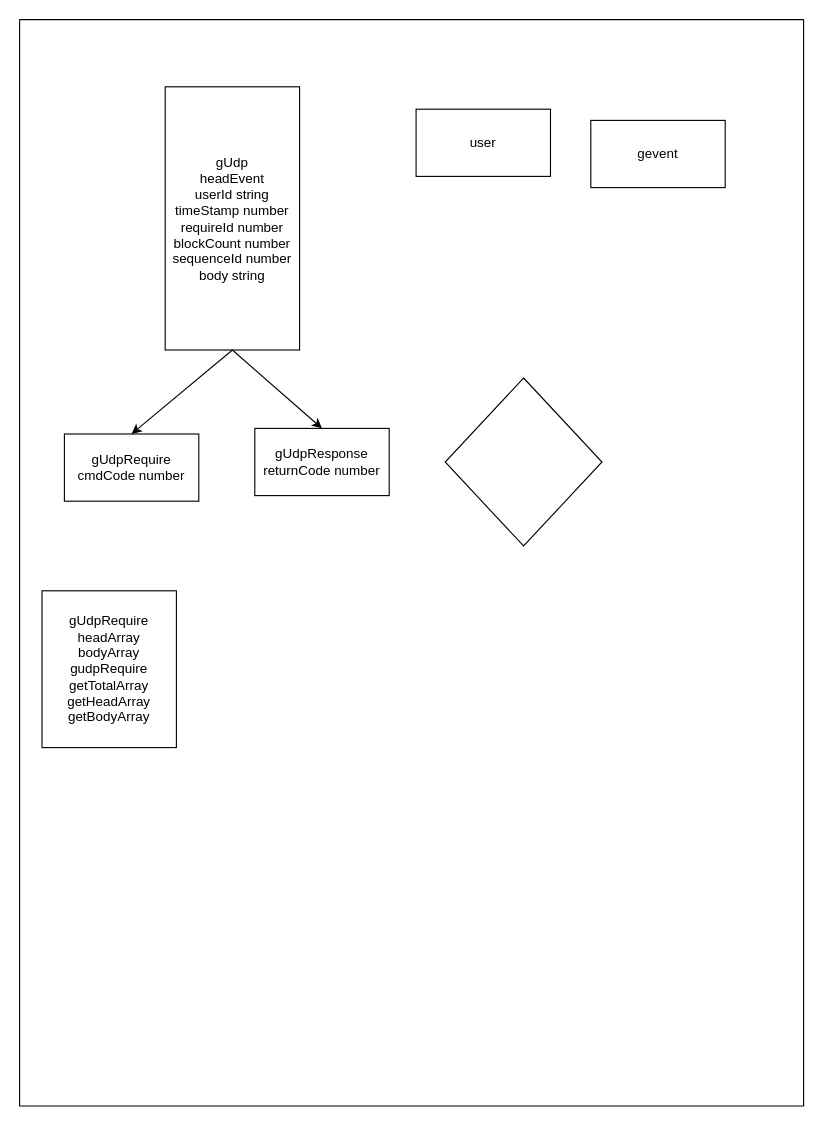
605682883/flowPhoto keeps this draw.io diagram as Untitled Diagram.drawio. Above is the earlier version. Source tidied: cells renumbered, new cells numbered last; positions are measured from the earlier drawing's top-left corner, leaving out a move shared by most shapes. Both pictures are drawn from the tidied source at 112%, with x=0, y=0 at pixel (19, 19).
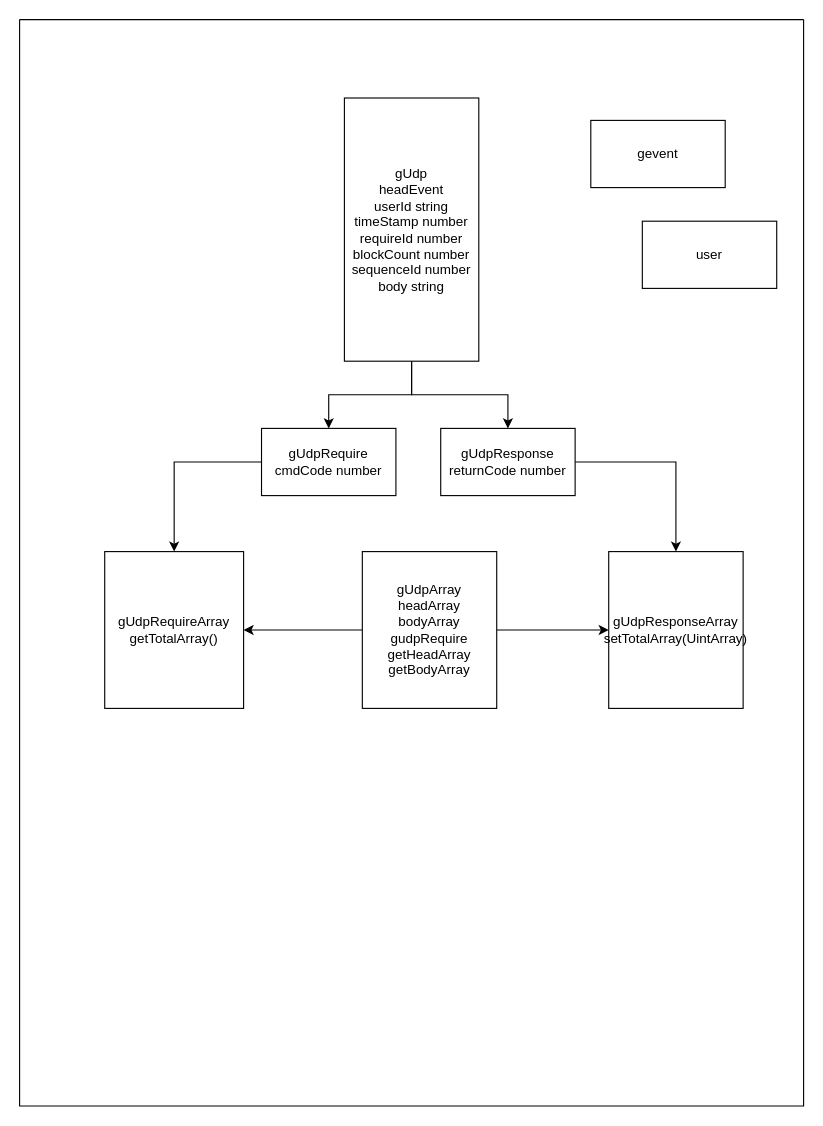
After the change.

Diff of the diagram source:
```diff
@@
 <mxGraphModel>
   <root>
     <mxCell id="0" />
     <mxCell id="1" parent="0" />
     <mxCell id="2" style="swimlane;startSize=0;" parent="1" vertex="1">
       <mxGeometry width="700" height="970" as="geometry" />
     </mxCell>
     <mxCell id="3" value="user" style="rounded=0;whiteSpace=wrap;html=1;" parent="2" vertex="1">
-      <mxGeometry x="354" y="80" width="120" height="60" as="geometry" />
+      <mxGeometry x="556" y="180" width="120" height="60" as="geometry" />
     </mxCell>
+    <mxCell id="12" style="edgeStyle=orthogonalEdgeStyle;rounded=0;jettySize=auto;html=1;" parent="2" edge="1" source="4" target="16">
+      <mxGeometry relative="1" as="geometry" />
+    </mxCell>
+    <mxCell id="13" style="edgeStyle=orthogonalEdgeStyle;rounded=0;jettySize=auto;html=1;" parent="2" edge="1" source="4" target="17">
+      <mxGeometry relative="1" as="geometry" />
+    </mxCell>
-    <mxCell id="4" value="gUdpRequire&lt;br&gt;headArray&lt;br&gt;bodyArray&lt;br&gt;gudpRequire&lt;br&gt;getTotalArray&lt;br&gt;getHeadArray&lt;br&gt;getBodyArray" style="rounded=0;whiteSpace=wrap;html=1;" parent="2" vertex="1">
-      <mxGeometry x="20" y="510" width="120" height="140" as="geometry" />
+    <mxCell id="4" value="gUdpArray&lt;br&gt;headArray&lt;br&gt;bodyArray&lt;br&gt;gudpRequire&lt;br&gt;getHeadArray&lt;br&gt;getBodyArray" style="rounded=0;whiteSpace=wrap;html=1;" parent="2" vertex="1">
+      <mxGeometry x="306" y="475" width="120" height="140" as="geometry" />
     </mxCell>
     <mxCell id="5" value="gevent" style="rounded=0;whiteSpace=wrap;html=1;" parent="2" vertex="1">
       <mxGeometry x="510" y="90" width="120" height="60" as="geometry" />
     </mxCell>
+    <mxCell id="9" style="edgeStyle=orthogonalEdgeStyle;rounded=0;jettySize=auto;html=1;" parent="2" edge="1" source="6" target="8">
+      <mxGeometry relative="1" as="geometry" />
+    </mxCell>
+    <mxCell id="11" style="edgeStyle=orthogonalEdgeStyle;rounded=0;jettySize=auto;html=1;" parent="2" edge="1" source="6" target="10">
+      <mxGeometry relative="1" as="geometry" />
+    </mxCell>
     <mxCell id="6" value="gUdp&lt;br&gt;headEvent&lt;br&gt;userId string&lt;br&gt;timeStamp number&lt;br&gt;requireId number&lt;br&gt;blockCount number&lt;br&gt;sequenceId number&lt;br&gt;body string" style="rounded=0;whiteSpace=wrap;html=1;" parent="2" vertex="1">
-      <mxGeometry x="130" y="60" width="120" height="235" as="geometry" />
+      <mxGeometry x="290" y="70" width="120" height="235" as="geometry" />
     </mxCell>
-    <mxCell id="7" style="rhombus;whiteSpace=wrap;html=1;" parent="2" vertex="1">
-      <mxGeometry x="380" y="320" width="140" height="150" as="geometry" />
-    </mxCell>
+    <mxCell id="14" style="edgeStyle=orthogonalEdgeStyle;rounded=0;jettySize=auto;html=1;entryX=0.5;entryY=0;entryDx=0;entryDy=0;" parent="2" edge="1" source="8" target="16">
+      <mxGeometry relative="1" as="geometry" />
+    </mxCell>
     <mxCell id="8" value="&lt;span&gt;gUdpRequire&lt;br&gt;cmdCode number&lt;/span&gt;" style="rounded=0;whiteSpace=wrap;html=1;" parent="2" vertex="1">
-      <mxGeometry x="40" y="370" width="120" height="60" as="geometry" />
+      <mxGeometry x="216" y="365" width="120" height="60" as="geometry" />
     </mxCell>
-    <mxCell id="9" style="endArrow=classic;html=1;rounded=0;entryX=0.5;entryY=0;entryDx=0;entryDy=0;exitX=0.5;exitY=1;exitDx=0;exitDy=0;" parent="2" edge="1" source="6" target="8">
-      <mxGeometry relative="1" as="geometry" />
-    </mxCell>
+    <mxCell id="15" style="edgeStyle=orthogonalEdgeStyle;rounded=0;jettySize=auto;html=1;entryX=0.5;entryY=0;entryDx=0;entryDy=0;" parent="2" edge="1" source="10" target="17">
+      <mxGeometry relative="1" as="geometry" />
+    </mxCell>
     <mxCell id="10" value="&lt;span&gt;gUdpResponse&lt;br&gt;returnCode number&lt;/span&gt;" style="rounded=0;whiteSpace=wrap;html=1;" parent="2" vertex="1">
-      <mxGeometry x="210" y="365" width="120" height="60" as="geometry" />
+      <mxGeometry x="376" y="365" width="120" height="60" as="geometry" />
     </mxCell>
-    <mxCell id="11" style="endArrow=classic;html=1;rounded=0;entryX=0.5;entryY=0;entryDx=0;entryDy=0;exitX=0.5;exitY=1;exitDx=0;exitDy=0;" parent="2" edge="1" source="6" target="10">
-      <mxGeometry relative="1" as="geometry" />
-    </mxCell>
+    <mxCell id="16" value="gUdpRequireArray&lt;br&gt;getTotalArray()" style="rounded=0;whiteSpace=wrap;html=1;" parent="2" vertex="1">
+      <mxGeometry x="76" y="475" width="124" height="140" as="geometry" />
+    </mxCell>
+    <mxCell id="17" value="gUdpResponseArray&lt;br&gt;setTotalArray(UintArray)" style="rounded=0;whiteSpace=wrap;html=1;" parent="2" vertex="1">
+      <mxGeometry x="526" y="475" width="120" height="140" as="geometry" />
+    </mxCell>
   </root>
 </mxGraphModel>
```
